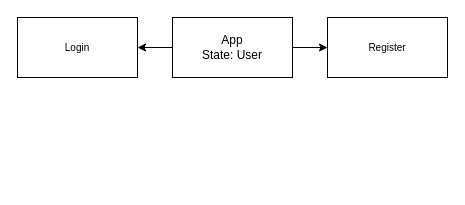
Before: client/src/Filter.drawio in zachyoungdale/Filter-Phase-5-Capstone, a draw.io diagram. Source tidied: cells renumbered, new cells numbered last; positions are measured from the earlier drawing's top-left corner, leaving out a move shared by most shapes. Both pictures are drawn from the tidied source at 100%, with x=0, y=0 at pixel (17, 17).
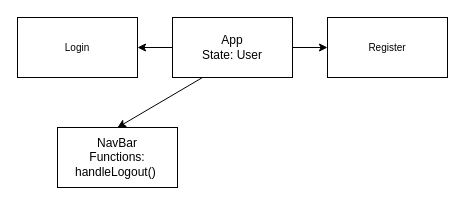
The same diagram, later.

Change to the diagram source:
```diff
@@
 <mxGraphModel>
   <root>
     <mxCell id="0" />
     <mxCell id="1" parent="0" />
     <mxCell id="2" style="edgeStyle=none;html=1;exitX=0;exitY=0.5;exitDx=0;exitDy=0;entryX=1;entryY=0.5;entryDx=0;entryDy=0;fontSize=10;" parent="1" edge="1" source="4" target="6">
       <mxGeometry relative="1" as="geometry" />
     </mxCell>
     <mxCell id="3" style="edgeStyle=none;html=1;exitX=1;exitY=0.5;exitDx=0;exitDy=0;fontSize=10;" parent="1" edge="1" source="4" target="5">
       <mxGeometry relative="1" as="geometry" />
     </mxCell>
+    <mxCell id="7" style="edgeStyle=none;html=1;exitX=0.25;exitY=1;exitDx=0;exitDy=0;entryX=0.5;entryY=0;entryDx=0;entryDy=0;" parent="1" edge="1" source="4" target="8">
+      <mxGeometry relative="1" as="geometry" />
+    </mxCell>
     <mxCell id="4" value="App&lt;br&gt;State: User" style="rounded=0;whiteSpace=wrap;html=1;" parent="1" vertex="1">
       <mxGeometry x="155" width="120" height="60" as="geometry" />
     </mxCell>
     <mxCell id="5" value="Register" style="rounded=0;whiteSpace=wrap;html=1;fontSize=10;" parent="1" vertex="1">
       <mxGeometry x="310" width="120" height="60" as="geometry" />
     </mxCell>
     <mxCell id="6" value="Login" style="rounded=0;whiteSpace=wrap;html=1;fontSize=10;" parent="1" vertex="1">
       <mxGeometry width="120" height="60" as="geometry" />
     </mxCell>
+    <mxCell id="8" value="NavBar&lt;br&gt;Functions: handleLogout()&amp;nbsp;" style="rounded=0;whiteSpace=wrap;html=1;" parent="1" vertex="1">
+      <mxGeometry x="40" y="110" width="120" height="60" as="geometry" />
+    </mxCell>
   </root>
 </mxGraphModel>
```
